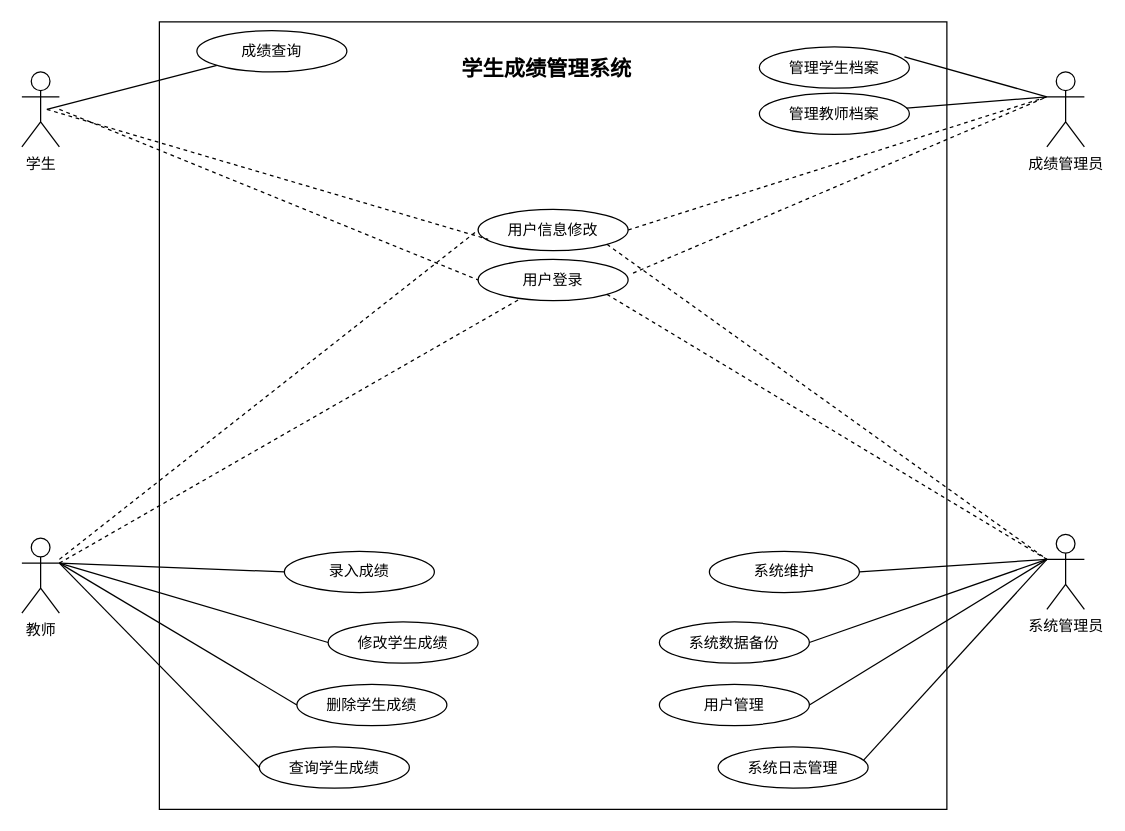
The draw.io diagram 学位-成绩管理系统.drawio in creazy412/none, before the edit. Source tidied: cells renumbered, new cells numbered last; positions are measured from the earlier drawing's top-left corner, leaving out a move shared by most shapes. Both pictures are drawn from the tidied source at 125%, with x=0, y=0 at pixel (21, 21).
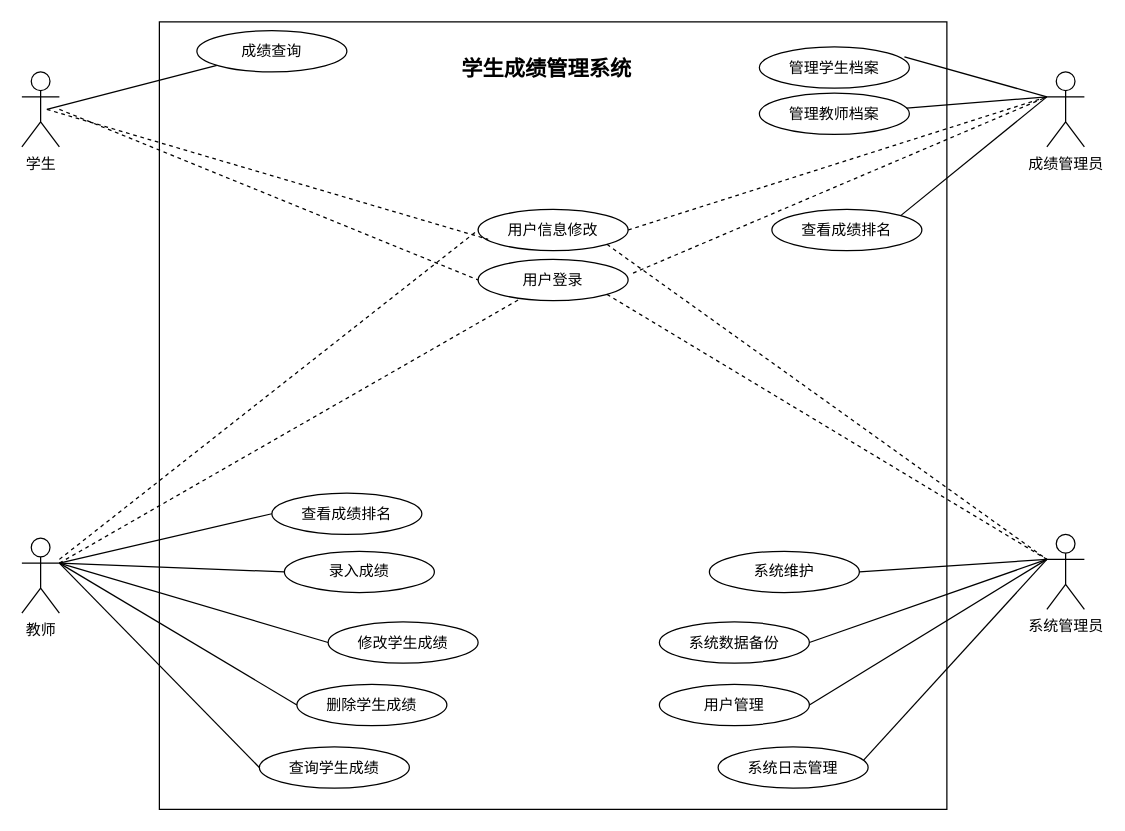
After the change.

Commit message:
查询成绩排名

The change refers to these unchanged cells:
```xml
<mxCell id="10" value="教师" style="shape=umlActor;verticalLabelPosition=bottom;verticalAlign=top;html=1;outlineConnect=0;" parent="1" vertex="1">
  <mxGeometry y="413" width="30" height="60" as="geometry" />
</mxCell>
<mxCell id="38" value="成绩管理员" style="shape=umlActor;verticalLabelPosition=bottom;verticalAlign=top;html=1;outlineConnect=0;" parent="1" vertex="1">
  <mxGeometry x="820" y="40" width="30" height="60" as="geometry" />
</mxCell>
```

The edit, as a diff of the source:
```diff
@@
+    <mxCell id="40" value="查看成绩排名" style="ellipse;whiteSpace=wrap;html=1;" parent="1" vertex="1">
+      <mxGeometry x="200" y="377" width="120" height="33" as="geometry" />
+    </mxCell>
+    <mxCell id="41" value="查看成绩排名" style="ellipse;whiteSpace=wrap;html=1;" parent="1" vertex="1">
+      <mxGeometry x="600" y="150" width="120" height="33" as="geometry" />
+    </mxCell>
+    <mxCell id="42" style="endArrow=none;html=1;rounded=0;entryX=0;entryY=0.3333333333333333;entryDx=0;entryDy=0;entryPerimeter=0;exitX=1;exitY=0;exitDx=0;exitDy=0;" parent="1" edge="1" source="41" target="38">
+      <mxGeometry relative="1" as="geometry" />
+    </mxCell>
+    <mxCell id="43" style="endArrow=none;html=1;rounded=0;exitX=1;exitY=0.3333333333333333;exitDx=0;exitDy=0;exitPerimeter=0;entryX=0;entryY=0.5;entryDx=0;entryDy=0;" parent="1" edge="1" source="10" target="40">
+      <mxGeometry relative="1" as="geometry" />
+    </mxCell>
```
